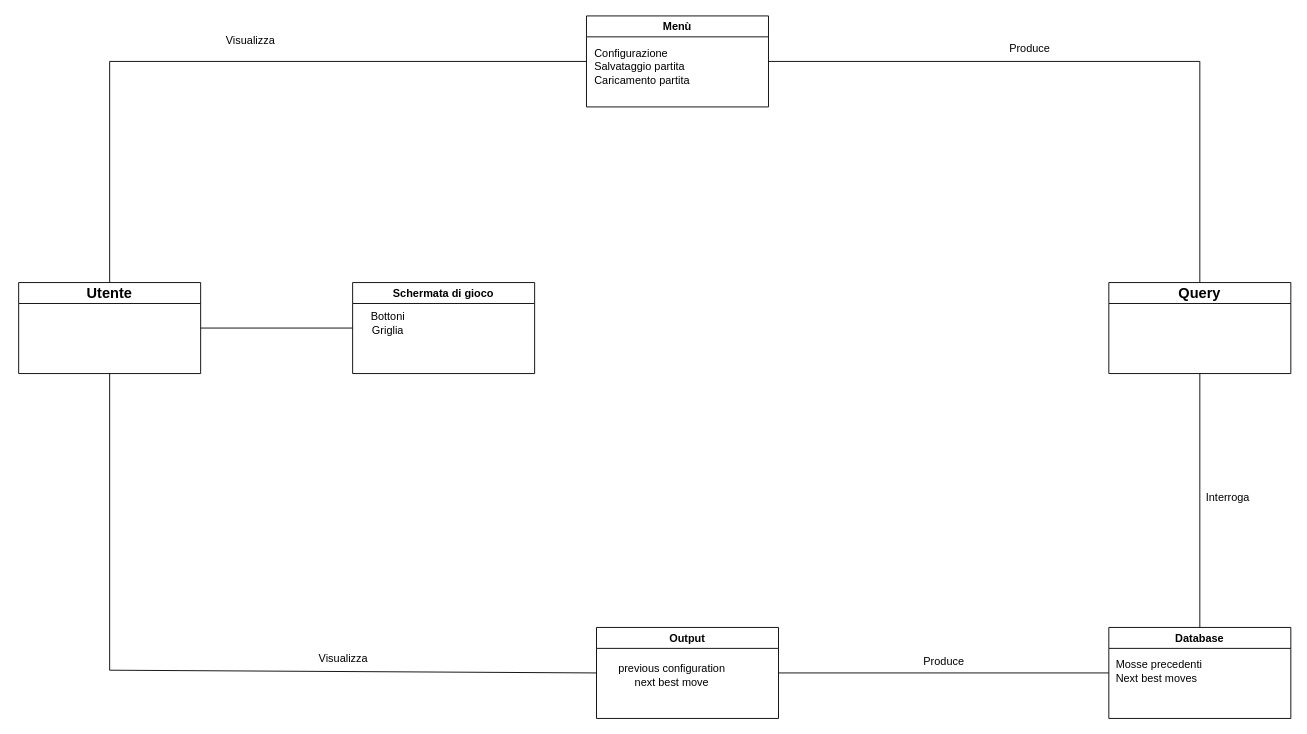
trikkeballakke/Test keeps this draw.io diagram as Domain Model.drawio. Above is the earlier version. Source tidied: cells renumbered, new cells numbered last; positions are measured from the earlier drawing's top-left corner, leaving out a move shared by most shapes. Both pictures are drawn from the tidied source at 91%, with x=0, y=0 at pixel (18, 15).
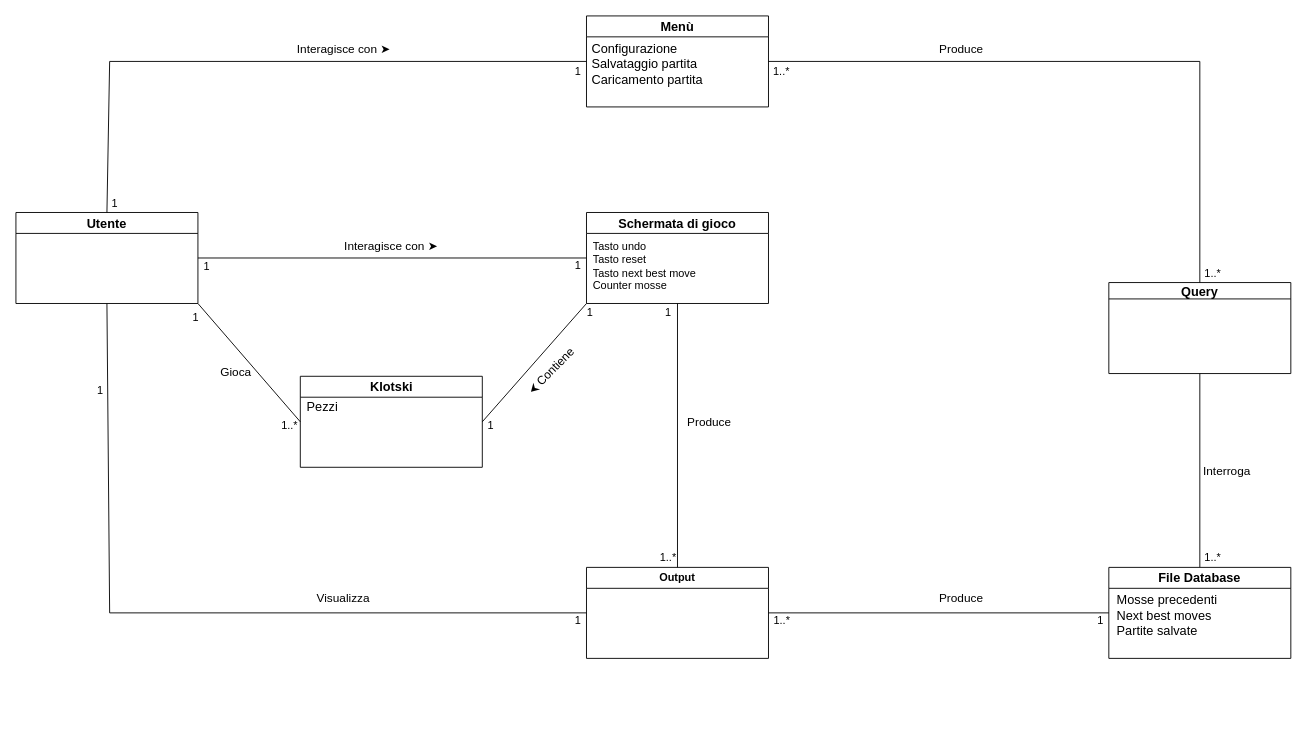
Above is the later version.

Diff of the diagram source:
```diff
@@
-    <mxCell id="3" value="Utente" style="swimlane;whiteSpace=wrap;html=1;fontSize=16;" parent="1" vertex="1">
-      <mxGeometry y="293" width="200" height="100" as="geometry" />
+    <mxCell id="3" value="&lt;font style=&quot;font-size: 14px;&quot;&gt;Utente&lt;/font&gt;" style="swimlane;whiteSpace=wrap;html=1;fontSize=16;" parent="1" vertex="1">
+      <mxGeometry x="-3" y="216" width="200" height="100" as="geometry" />
     </mxCell>
-    <mxCell id="4" value="Query" style="swimlane;whiteSpace=wrap;html=1;fontSize=16;" parent="1" vertex="1">
+    <mxCell id="4" value="&lt;font style=&quot;font-size: 14px;&quot;&gt;Query&lt;/font&gt;" style="swimlane;whiteSpace=wrap;html=1;fontSize=16;startSize=18;" parent="1" vertex="1">
       <mxGeometry x="1198" y="293" width="200" height="100" as="geometry" />
     </mxCell>
-    <mxCell id="5" value="Menù" style="swimlane;whiteSpace=wrap;html=1;" parent="1" vertex="1">
+    <mxCell id="5" value="&lt;font style=&quot;font-size: 14px;&quot;&gt;Menù&lt;/font&gt;" style="swimlane;whiteSpace=wrap;html=1;" parent="1" vertex="1">
       <mxGeometry x="624" width="200" height="100" as="geometry" />
     </mxCell>
-    <mxCell id="6" value="Configurazione&lt;br&gt;Salvataggio partita&lt;br&gt;Caricamento partita" style="text;html=1;strokeColor=none;fillColor=none;align=left;verticalAlign=middle;whiteSpace=wrap;rounded=0;" parent="5" vertex="1">
-      <mxGeometry x="7" y="41" width="130" height="30" as="geometry" />
+    <mxCell id="6" value="&lt;font style=&quot;font-size: 14px;&quot;&gt;Configurazione&lt;br&gt;Salvataggio partita&lt;br&gt;Caricamento partita&lt;/font&gt;" style="text;html=1;strokeColor=none;fillColor=none;align=left;verticalAlign=middle;whiteSpace=wrap;rounded=0;" parent="5" vertex="1">
+      <mxGeometry x="4" y="15" width="199" height="75" as="geometry" />
     </mxCell>
@@
-    <mxCell id="8" value="Interroga" style="text;html=1;strokeColor=none;fillColor=none;align=center;verticalAlign=middle;whiteSpace=wrap;rounded=0;" parent="1" vertex="1">
-      <mxGeometry x="1299" y="515" width="60" height="30" as="geometry" />
+    <mxCell id="8" value="&lt;font style=&quot;font-size: 13px;&quot;&gt;Interroga&lt;/font&gt;" style="text;html=1;strokeColor=none;fillColor=none;align=center;verticalAlign=middle;whiteSpace=wrap;rounded=0;" parent="1" vertex="1">
+      <mxGeometry x="1298" y="485" width="60" height="30" as="geometry" />
     </mxCell>
@@
-    <mxCell id="10" value="Database" style="swimlane;whiteSpace=wrap;html=1;" parent="1" vertex="1">
-      <mxGeometry x="1198" y="672" width="200" height="100" as="geometry" />
+    <mxCell id="10" value="&lt;font style=&quot;font-size: 14px;&quot;&gt;&lt;font style=&quot;font-size: 14px;&quot;&gt;File &lt;/font&gt;Database&lt;/font&gt;" style="swimlane;whiteSpace=wrap;html=1;" parent="1" vertex="1">
+      <mxGeometry x="1198" y="606" width="200" height="100" as="geometry" />
     </mxCell>
-    <mxCell id="11" value="Mosse precedenti&lt;br&gt;Next best moves" style="text;html=1;strokeColor=none;fillColor=none;align=left;verticalAlign=middle;whiteSpace=wrap;rounded=0;" parent="10" vertex="1">
-      <mxGeometry x="6" y="33" width="111" height="30" as="geometry" />
+    <mxCell id="11" value="&lt;font style=&quot;font-size: 14px;&quot;&gt;Mosse precedenti&lt;br&gt;Next best moves&lt;br&gt;Partite salvate&lt;br&gt;&lt;/font&gt;" style="text;html=1;strokeColor=none;fillColor=none;align=left;verticalAlign=middle;whiteSpace=wrap;rounded=0;" parent="10" vertex="1">
+      <mxGeometry x="7" y="29" width="135" height="48" as="geometry" />
     </mxCell>
     <mxCell id="12" value="Output" style="swimlane;whiteSpace=wrap;html=1;" parent="1" vertex="1">
-      <mxGeometry x="635" y="672" width="200" height="100" as="geometry" />
+      <mxGeometry x="624" y="606" width="200" height="100" as="geometry" />
     </mxCell>
-    <mxCell id="13" value="previous configuration&lt;br&gt;next best move" style="text;html=1;strokeColor=none;fillColor=none;align=center;verticalAlign=middle;whiteSpace=wrap;rounded=0;" parent="12" vertex="1">
-      <mxGeometry x="4" y="38" width="158" height="30" as="geometry" />
-    </mxCell>
@@
-    <mxCell id="15" value="Produce" style="text;html=1;strokeColor=none;fillColor=none;align=center;verticalAlign=middle;whiteSpace=wrap;rounded=0;" parent="1" vertex="1">
-      <mxGeometry x="987" y="695" width="60" height="30" as="geometry" />
+    <mxCell id="15" value="&lt;font style=&quot;font-size: 13px;&quot;&gt;Produce&lt;/font&gt;" style="text;html=1;strokeColor=none;fillColor=none;align=center;verticalAlign=middle;whiteSpace=wrap;rounded=0;" parent="1" vertex="1">
+      <mxGeometry x="1006" y="625" width="60" height="30" as="geometry" />
     </mxCell>
     <mxCell id="16" style="endArrow=none;html=1;rounded=0;entryX=0;entryY=0.5;entryDx=0;entryDy=0;exitX=0.5;exitY=1;exitDx=0;exitDy=0;" parent="1" edge="1" source="3" target="12">
       <mxGeometry relative="1" as="geometry">
         <Array as="points">
-          <mxPoint x="100" y="719" />
+          <mxPoint x="100" y="656" />
         </Array>
       </mxGeometry>
     </mxCell>
-    <mxCell id="17" value="Visualizza" style="text;html=1;strokeColor=none;fillColor=none;align=center;verticalAlign=middle;whiteSpace=wrap;rounded=0;" parent="1" vertex="1">
-      <mxGeometry x="327" y="692" width="60" height="30" as="geometry" />
+    <mxCell id="17" value="&lt;font style=&quot;font-size: 13px;&quot;&gt;Visualizza&lt;/font&gt;" style="text;html=1;strokeColor=none;fillColor=none;align=center;verticalAlign=middle;whiteSpace=wrap;rounded=0;" parent="1" vertex="1">
+      <mxGeometry x="327" y="625" width="60" height="30" as="geometry" />
     </mxCell>
-    <mxCell id="18" value="Schermata di gioco" style="swimlane;whiteSpace=wrap;html=1;" parent="1" vertex="1">
-      <mxGeometry x="367" y="293" width="200" height="100" as="geometry" />
+    <mxCell id="18" value="&lt;font style=&quot;font-size: 14px;&quot;&gt;Schermata di gioco&lt;/font&gt;" style="swimlane;whiteSpace=wrap;html=1;" parent="1" vertex="1">
+      <mxGeometry x="624" y="216" width="200" height="100" as="geometry" />
     </mxCell>
-    <mxCell id="19" value="Bottoni&lt;br&gt;Griglia" style="text;html=1;strokeColor=none;fillColor=none;align=center;verticalAlign=middle;whiteSpace=wrap;rounded=0;" parent="18" vertex="1">
-      <mxGeometry x="9" y="30" width="60" height="30" as="geometry" />
+    <mxCell id="19" value="&lt;div style=&quot;text-align: left;&quot;&gt;&lt;span style=&quot;background-color: initial;&quot;&gt;Tasto undo&lt;/span&gt;&lt;br&gt;&lt;/div&gt;&lt;div style=&quot;text-align: left;&quot;&gt;&lt;span style=&quot;background-color: initial;&quot;&gt;&lt;font style=&quot;font-size: 12px;&quot;&gt;Tasto reset&lt;/font&gt;&lt;/span&gt;&lt;/div&gt;&lt;div style=&quot;text-align: left;&quot;&gt;&lt;span style=&quot;background-color: initial;&quot;&gt;&lt;font style=&quot;font-size: 12px;&quot;&gt;Tasto next best move&lt;/font&gt;&lt;/span&gt;&lt;/div&gt;&lt;div style=&quot;text-align: left;&quot;&gt;&lt;span style=&quot;background-color: initial;&quot;&gt;&lt;font style=&quot;font-size: 12px;&quot;&gt;Counter mosse&lt;/font&gt;&lt;/span&gt;&lt;/div&gt;" style="text;html=1;strokeColor=none;fillColor=none;align=center;verticalAlign=middle;whiteSpace=wrap;rounded=0;" parent="18" vertex="1">
+      <mxGeometry x="-15" y="44" width="158" height="30" as="geometry" />
     </mxCell>
+    <mxCell id="24" value="1" style="text;html=1;strokeColor=none;fillColor=none;align=center;verticalAlign=middle;whiteSpace=wrap;rounded=0;" parent="18" vertex="1">
+      <mxGeometry x="-15" y="53" width="12" height="12" as="geometry" />
+    </mxCell>
@@
-    <mxCell id="21" value="Visualizza" style="text;html=1;strokeColor=none;fillColor=none;align=center;verticalAlign=middle;whiteSpace=wrap;rounded=0;" parent="1" vertex="1">
-      <mxGeometry x="225" y="12" width="60" height="30" as="geometry" />
+    <mxCell id="21" value="&lt;font style=&quot;font-size: 13px;&quot;&gt;Interagisce con ➤&lt;/font&gt;" style="text;html=1;strokeColor=none;fillColor=none;align=center;verticalAlign=middle;whiteSpace=wrap;rounded=0;" parent="1" vertex="1">
+      <mxGeometry x="289.5" y="21" width="135" height="30" as="geometry" />
     </mxCell>
@@
-    <mxCell id="23" value="Produce" style="text;strokeColor=none;fillColor=none;align=left;verticalAlign=middle;spacingLeft=4;spacingRight=4;overflow=hidden;whiteSpace=wrap;html=1;" parent="1" vertex="1">
-      <mxGeometry x="1083" y="21" width="80" height="30" as="geometry" />
+    <mxCell id="23" value="&lt;font style=&quot;font-size: 13px;&quot;&gt;Produce&lt;/font&gt;" style="text;strokeColor=none;fillColor=none;align=left;verticalAlign=middle;spacingLeft=4;spacingRight=4;overflow=hidden;whiteSpace=wrap;html=1;" parent="1" vertex="1">
+      <mxGeometry x="1006" y="21" width="80" height="30" as="geometry" />
     </mxCell>
+    <mxCell id="25" value="&lt;font style=&quot;font-size: 13px;&quot;&gt;Interagisce con ➤&lt;/font&gt;" style="text;html=1;strokeColor=none;fillColor=none;align=center;verticalAlign=middle;whiteSpace=wrap;rounded=0;" parent="1" vertex="1">
+      <mxGeometry x="342" y="238" width="135" height="30" as="geometry" />
+    </mxCell>
+    <mxCell id="26" value="1" style="text;html=1;strokeColor=none;fillColor=none;align=center;verticalAlign=middle;whiteSpace=wrap;rounded=0;" parent="1" vertex="1">
+      <mxGeometry x="100" y="201" width="12" height="12" as="geometry" />
+    </mxCell>
+    <mxCell id="27" value="1" style="text;html=1;strokeColor=none;fillColor=none;align=center;verticalAlign=middle;whiteSpace=wrap;rounded=0;" parent="1" vertex="1">
+      <mxGeometry x="609" y="55" width="12" height="12" as="geometry" />
+    </mxCell>
+    <mxCell id="28" value="1..*" style="text;html=1;strokeColor=none;fillColor=none;align=center;verticalAlign=middle;whiteSpace=wrap;rounded=0;" parent="1" vertex="1">
+      <mxGeometry x="1301" y="277" width="23" height="12" as="geometry" />
+    </mxCell>
+    <mxCell id="29" value="1..*" style="text;html=1;strokeColor=none;fillColor=none;align=center;verticalAlign=middle;whiteSpace=wrap;rounded=0;" parent="1" vertex="1">
+      <mxGeometry x="827" y="55" width="23" height="12" as="geometry" />
+    </mxCell>
+    <mxCell id="30" value="1..*" style="text;html=1;strokeColor=none;fillColor=none;align=center;verticalAlign=middle;whiteSpace=wrap;rounded=0;" parent="1" vertex="1">
+      <mxGeometry x="1301" y="589" width="23" height="12" as="geometry" />
+    </mxCell>
+    <mxCell id="31" value="1" style="text;html=1;strokeColor=none;fillColor=none;align=center;verticalAlign=middle;whiteSpace=wrap;rounded=0;" parent="1" vertex="1">
+      <mxGeometry x="1183" y="659" width="12" height="12" as="geometry" />
+    </mxCell>
+    <mxCell id="32" value="1..*" style="text;html=1;strokeColor=none;fillColor=none;align=center;verticalAlign=middle;whiteSpace=wrap;rounded=0;" parent="1" vertex="1">
+      <mxGeometry x="832.5" y="659" width="12" height="12" as="geometry" />
+    </mxCell>
+    <mxCell id="33" value="1" style="text;html=1;strokeColor=none;fillColor=none;align=center;verticalAlign=middle;whiteSpace=wrap;rounded=0;" parent="1" vertex="1">
+      <mxGeometry x="609" y="659" width="12" height="12" as="geometry" />
+    </mxCell>
+    <mxCell id="34" value="1" style="text;html=1;strokeColor=none;fillColor=none;align=center;verticalAlign=middle;whiteSpace=wrap;rounded=0;" parent="1" vertex="1">
+      <mxGeometry x="84" y="406" width="12" height="12" as="geometry" />
+    </mxCell>
+    <mxCell id="35" style="endArrow=none;html=1;rounded=0;entryX=0.5;entryY=1;entryDx=0;entryDy=0;exitX=0.5;exitY=0;exitDx=0;exitDy=0;" parent="1" edge="1" source="12" target="18">
+      <mxGeometry relative="1" as="geometry" />
+    </mxCell>
+    <mxCell id="36" value="&lt;font style=&quot;font-size: 13px;&quot;&gt;Produce&lt;/font&gt;" style="text;strokeColor=none;fillColor=none;align=left;verticalAlign=middle;spacingLeft=4;spacingRight=4;overflow=hidden;whiteSpace=wrap;html=1;" parent="1" vertex="1">
+      <mxGeometry x="729" y="431" width="80" height="30" as="geometry" />
+    </mxCell>
+    <mxCell id="37" value="&lt;font style=&quot;font-size: 14px;&quot;&gt;Klotski&lt;/font&gt;" style="swimlane;whiteSpace=wrap;html=1;" parent="1" vertex="1">
+      <mxGeometry x="309.5" y="396" width="200" height="100" as="geometry" />
+    </mxCell>
+    <mxCell id="38" value="&lt;font style=&quot;font-size: 14px;&quot;&gt;Pezzi&lt;/font&gt;" style="text;html=1;strokeColor=none;fillColor=none;align=center;verticalAlign=middle;whiteSpace=wrap;rounded=0;" parent="37" vertex="1">
+      <mxGeometry x="-6" y="19" width="60" height="30" as="geometry" />
+    </mxCell>
+    <mxCell id="39" style="endArrow=none;html=1;rounded=0;entryX=1;entryY=0.5;entryDx=0;entryDy=0;exitX=0;exitY=1;exitDx=0;exitDy=0;" parent="1" edge="1" source="18" target="37">
+      <mxGeometry relative="1" as="geometry" />
+    </mxCell>
+    <mxCell id="40" style="endArrow=none;html=1;rounded=0;entryX=1;entryY=1;entryDx=0;entryDy=0;exitX=0;exitY=0.5;exitDx=0;exitDy=0;" parent="1" edge="1" source="37" target="3">
+      <mxGeometry relative="1" as="geometry" />
+    </mxCell>
+    <mxCell id="41" value="&lt;font style=&quot;font-size: 13px;&quot;&gt;Gioca&lt;/font&gt;" style="text;html=1;strokeColor=none;fillColor=none;align=center;verticalAlign=middle;whiteSpace=wrap;rounded=0;" parent="1" vertex="1">
+      <mxGeometry x="209" y="376" width="60" height="30" as="geometry" />
+    </mxCell>
+    <mxCell id="42" value="&lt;font style=&quot;font-size: 13px;&quot;&gt;&amp;nbsp;⮜ Contiene&lt;/font&gt;" style="text;html=1;strokeColor=none;fillColor=none;align=center;verticalAlign=middle;whiteSpace=wrap;rounded=0;rotation=-45;" parent="1" vertex="1">
+      <mxGeometry x="544" y="376" width="80" height="30" as="geometry" />
+    </mxCell>
+    <mxCell id="43" value="1" style="text;html=1;strokeColor=none;fillColor=none;align=center;verticalAlign=middle;whiteSpace=wrap;rounded=0;" parent="1" vertex="1">
+      <mxGeometry x="201" y="270" width="12" height="12" as="geometry" />
+    </mxCell>
+    <mxCell id="44" value="1" style="text;html=1;strokeColor=none;fillColor=none;align=center;verticalAlign=middle;whiteSpace=wrap;rounded=0;" parent="1" vertex="1">
+      <mxGeometry x="189" y="326" width="12" height="12" as="geometry" />
+    </mxCell>
+    <mxCell id="45" value="1..*" style="text;html=1;strokeColor=none;fillColor=none;align=center;verticalAlign=middle;whiteSpace=wrap;rounded=0;" parent="1" vertex="1">
+      <mxGeometry x="292" y="444" width="12" height="12" as="geometry" />
+    </mxCell>
+    <mxCell id="46" value="1" style="text;html=1;strokeColor=none;fillColor=none;align=center;verticalAlign=middle;whiteSpace=wrap;rounded=0;" parent="1" vertex="1">
+      <mxGeometry x="513" y="444" width="12" height="12" as="geometry" />
+    </mxCell>
+    <mxCell id="47" value="1" style="text;html=1;strokeColor=none;fillColor=none;align=center;verticalAlign=middle;whiteSpace=wrap;rounded=0;" parent="1" vertex="1">
+      <mxGeometry x="622" y="320" width="12" height="12" as="geometry" />
+    </mxCell>
+    <mxCell id="48" value="1" style="text;html=1;strokeColor=none;fillColor=none;align=center;verticalAlign=middle;whiteSpace=wrap;rounded=0;" parent="1" vertex="1">
+      <mxGeometry x="708" y="320" width="12" height="12" as="geometry" />
+    </mxCell>
+    <mxCell id="49" value="1..*" style="text;html=1;strokeColor=none;fillColor=none;align=center;verticalAlign=middle;whiteSpace=wrap;rounded=0;" parent="1" vertex="1">
+      <mxGeometry x="708" y="589" width="12" height="12" as="geometry" />
+    </mxCell>
```
